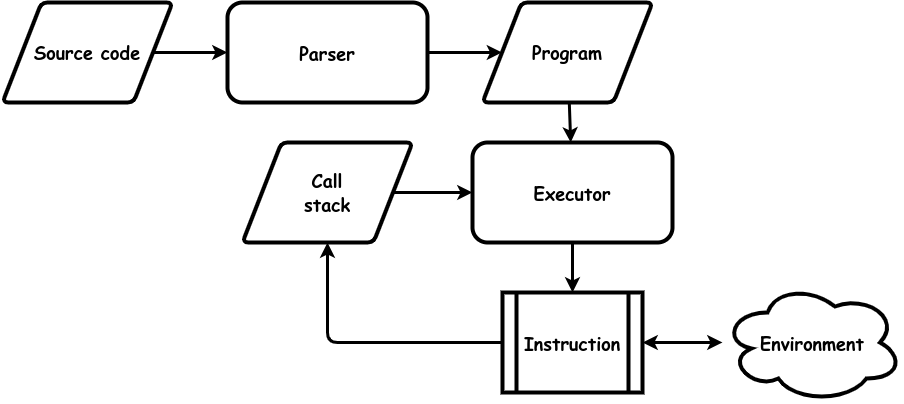
garfix/architectural-patterns keeps this draw.io diagram as images/interpreter.drawio.png. Above is the earlier version. Source tidied: cells renumbered, new cells last; positions are measured from the earlier drawing's top-left corner, leaving out a move shared by most shapes.
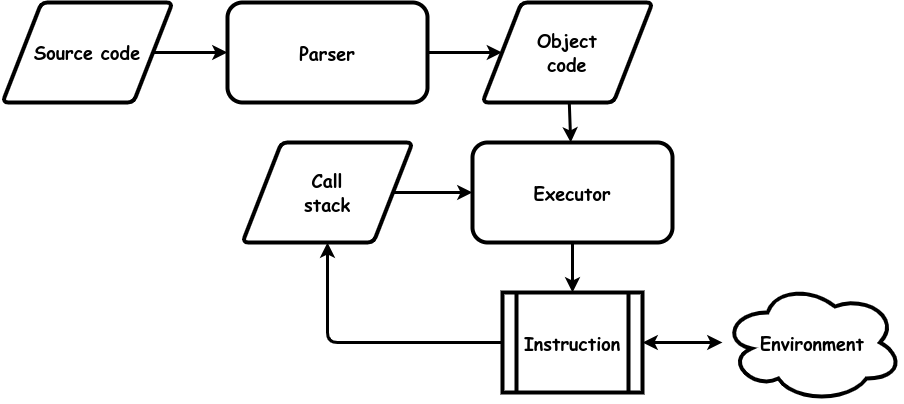
After the commit.

Change to the diagram source:
```diff
@@ -30,7 +30,7 @@
     <mxCell id="9" style="endArrow=none;startArrow=classic;html=1;rounded=0;strokeWidth=3;endFill=0;" parent="1" edge="1" source="7" target="3">
       <mxGeometry relative="1" as="geometry" />
     </mxCell>
-    <mxCell id="10" value="&lt;font face=&quot;Comic Sans MS&quot; style=&quot;font-size: 18px;&quot;&gt;Program&lt;br&gt;&lt;/font&gt;" style="shape=parallelogram;html=1;strokeWidth=4;perimeter=parallelogramPerimeter;whiteSpace=wrap;rounded=1;arcSize=12;size=0.23;fontStyle=1;fontSize=18;" parent="1" vertex="1">
+    <mxCell id="10" value="&lt;font face=&quot;Comic Sans MS&quot; style=&quot;font-size: 18px;&quot;&gt;Object&lt;br&gt;code&lt;br&gt;&lt;/font&gt;" style="shape=parallelogram;html=1;strokeWidth=4;perimeter=parallelogramPerimeter;whiteSpace=wrap;rounded=1;arcSize=12;size=0.23;fontStyle=1;fontSize=18;" parent="1" vertex="1">
       <mxGeometry x="480" width="170" height="100" as="geometry" />
     </mxCell>
     <mxCell id="11" value="&lt;b style=&quot;font-size: 18px;&quot;&gt;Parser&lt;br&gt;&lt;/b&gt;" style="rounded=1;whiteSpace=wrap;html=1;strokeWidth=4;fontFamily=Comic Sans MS;fontSize=18;" parent="1" vertex="1">
```
